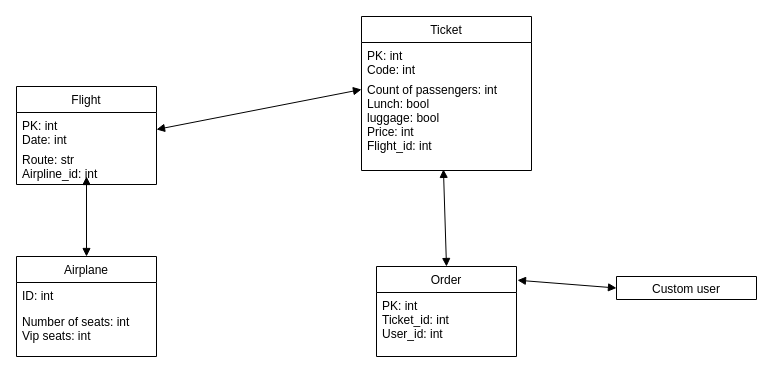
The draw.io diagram diagrams/db_diagram.drawio in Kagaru1212/DjangoAir-ERP, before the edit. Source tidied: cells renumbered, new cells numbered last; positions are measured from the earlier drawing's top-left corner, leaving out a move shared by most shapes. Both pictures are drawn from the tidied source at 100%, with x=0, y=0 at pixel (16, 16).
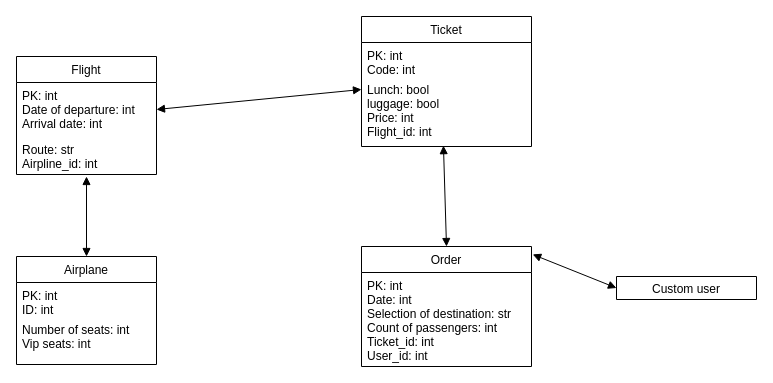
After the change.

The edit, as a diff of the source:
```diff
@@
 <mxGraphModel>
   <root>
     <mxCell id="0" />
     <mxCell id="1" parent="0" />
     <mxCell id="2" value="Custom user" style="swimlane;fontStyle=0;horizontal=1;startSize=26;fillColor=none;" parent="1" vertex="1">
       <mxGeometry x="600" y="260" width="140" height="23" as="geometry" />
     </mxCell>
     <mxCell id="3" value="Ticket" style="swimlane;fontStyle=0;horizontal=1;startSize=26;fillColor=none;" parent="1" vertex="1">
-      <mxGeometry x="345" width="170" height="154" as="geometry" />
+      <mxGeometry x="345" width="170" height="130" as="geometry" />
     </mxCell>
     <mxCell id="4" value="PK: int&#10;Code: int" style="text;strokeColor=none;fillColor=none;align=left;verticalAlign=top;spacingLeft=4;spacingRight=4;overflow=hidden;" parent="3" vertex="1">
       <mxGeometry y="26" width="170" height="34" as="geometry" />
     </mxCell>
-    <mxCell id="5" value="Count of passengers: int&#10;Lunch: bool&#10;luggage: bool&#10;Price: int&#10;Flight_id: int" style="text;strokeColor=none;fillColor=none;align=left;verticalAlign=top;spacingLeft=4;spacingRight=4;overflow=hidden;points=[[0,0.5],[1,0.5]];portConstraint=eastwest;" parent="3" vertex="1">
-      <mxGeometry y="60" width="170" height="94" as="geometry" />
+    <mxCell id="5" value="Lunch: bool&#10;luggage: bool&#10;Price: int&#10;Flight_id: int" style="text;strokeColor=none;fillColor=none;align=left;verticalAlign=top;spacingLeft=4;spacingRight=4;overflow=hidden;points=[[0,0.5],[1,0.5]];portConstraint=eastwest;" parent="3" vertex="1">
+      <mxGeometry y="60" width="170" height="70" as="geometry" />
     </mxCell>
     <mxCell id="6" style="endArrow=block;startArrow=block;endFill=1;startFill=1;html=1;rounded=0;fontFamily=Helvetica;fontSize=12;fontColor=default;entryX=0.5;entryY=0;entryDx=0;entryDy=0;exitX=0.482;exitY=0.988;exitDx=0;exitDy=0;exitPerimeter=0;" parent="1" edge="1" source="5" target="16">
       <mxGeometry relative="1" as="geometry" />
     </mxCell>
     <mxCell id="7" value="Airplane" style="swimlane;fontStyle=0;horizontal=1;startSize=26;fillColor=none;fontFamily=Helvetica;fontSize=12;fontColor=default;" parent="1" vertex="1">
-      <mxGeometry y="240" width="140" height="100" as="geometry" />
+      <mxGeometry y="240" width="140" height="108" as="geometry" />
     </mxCell>
-    <mxCell id="8" value="ID: int" style="text;strokeColor=none;fillColor=none;align=left;verticalAlign=top;spacingLeft=4;spacingRight=4;overflow=hidden;fontFamily=Helvetica;fontSize=12;fontColor=default;" parent="7" vertex="1">
-      <mxGeometry y="26" width="140" height="26" as="geometry" />
+    <mxCell id="8" value="PK: int&#10;ID: int" style="text;strokeColor=none;fillColor=none;align=left;verticalAlign=top;spacingLeft=4;spacingRight=4;overflow=hidden;fontFamily=Helvetica;fontSize=12;fontColor=default;" parent="7" vertex="1">
+      <mxGeometry y="26" width="140" height="34" as="geometry" />
     </mxCell>
     <mxCell id="9" value="Number of seats: int&#10;Vip seats: int" style="text;strokeColor=none;fillColor=none;align=left;verticalAlign=top;spacingLeft=4;spacingRight=4;overflow=hidden;fontFamily=Helvetica;fontSize=12;fontColor=default;" parent="7" vertex="1">
-      <mxGeometry y="52" width="140" height="48" as="geometry" />
+      <mxGeometry y="60" width="140" height="48" as="geometry" />
     </mxCell>
     <mxCell id="10" style="endArrow=block;startArrow=block;endFill=1;startFill=1;html=1;rounded=0;fontFamily=Helvetica;fontSize=12;fontColor=default;exitX=1;exitY=0.5;exitDx=0;exitDy=0;entryX=0;entryY=0.5;entryDx=0;entryDy=0;" parent="1" edge="1" source="12">
       <mxGeometry relative="1" as="geometry">
         <mxPoint x="345" y="73" as="targetPoint" />
       </mxGeometry>
     </mxCell>
     <mxCell id="11" value="Flight" style="swimlane;fontStyle=0;horizontal=1;startSize=26;fillColor=none;fontFamily=Helvetica;fontSize=12;fontColor=default;" parent="1" vertex="1">
-      <mxGeometry y="70" width="140" height="98" as="geometry" />
+      <mxGeometry y="40" width="140" height="118" as="geometry" />
     </mxCell>
-    <mxCell id="12" value="PK: int&#10;Date: int" style="text;strokeColor=none;fillColor=none;align=left;verticalAlign=top;spacingLeft=4;spacingRight=4;overflow=hidden;points=[[0,0.5],[1,0.5]];portConstraint=eastwest;fontFamily=Helvetica;fontSize=12;fontColor=default;" parent="11" vertex="1">
-      <mxGeometry y="26" width="140" height="34" as="geometry" />
+    <mxCell id="12" value="PK: int&#10;Date of departure: int&#10;Arrival date: int" style="text;strokeColor=none;fillColor=none;align=left;verticalAlign=top;spacingLeft=4;spacingRight=4;overflow=hidden;points=[[0,0.5],[1,0.5]];portConstraint=eastwest;fontFamily=Helvetica;fontSize=12;fontColor=default;" parent="11" vertex="1">
+      <mxGeometry y="26" width="140" height="54" as="geometry" />
     </mxCell>
     <mxCell id="13" value="Route: str&#10;Airpline_id: int" style="text;strokeColor=none;fillColor=none;align=left;verticalAlign=top;spacingLeft=4;spacingRight=4;overflow=hidden;fontFamily=Helvetica;fontSize=12;fontColor=default;" parent="11" vertex="1">
-      <mxGeometry y="60" width="140" height="38" as="geometry" />
+      <mxGeometry y="80" width="140" height="38" as="geometry" />
     </mxCell>
     <mxCell id="14" style="endArrow=block;startArrow=block;endFill=1;startFill=1;html=1;rounded=0;exitX=0.5;exitY=0;exitDx=0;exitDy=0;" parent="1" edge="1" source="7">
       <mxGeometry relative="1" as="geometry">
         <mxPoint x="70" y="160" as="targetPoint" />
       </mxGeometry>
     </mxCell>
     <mxCell id="15" style="endArrow=block;startArrow=block;endFill=1;startFill=1;html=1;rounded=0;entryX=0;entryY=0.5;entryDx=0;entryDy=0;exitX=1.007;exitY=-0.192;exitDx=0;exitDy=0;exitPerimeter=0;" parent="1" edge="1" source="17" target="2">
       <mxGeometry relative="1" as="geometry" />
     </mxCell>
     <mxCell id="16" value="Order" style="swimlane;fontStyle=0;horizontal=1;startSize=26;fillColor=none;" parent="1" vertex="1">
-      <mxGeometry x="360" y="250" width="140" height="90" as="geometry" />
+      <mxGeometry x="345" y="230" width="170" height="120" as="geometry" />
     </mxCell>
-    <mxCell id="17" value="PK: int&#10;Ticket_id: int&#10;User_id: int" style="text;strokeColor=none;fillColor=none;align=left;verticalAlign=top;spacingLeft=4;spacingRight=4;overflow=hidden;points=[[0,0.5],[1,0.5]];portConstraint=eastwest;" parent="16" vertex="1">
-      <mxGeometry y="26" width="140" height="64" as="geometry" />
+    <mxCell id="17" value="PK: int&#10;Date: int&#10;Selection of destination: str&#10;Count of passengers: int&#10;Ticket_id: int&#10;User_id: int" style="text;strokeColor=none;fillColor=none;align=left;verticalAlign=top;spacingLeft=4;spacingRight=4;overflow=hidden;points=[[0,0.5],[1,0.5]];portConstraint=eastwest;" parent="16" vertex="1">
+      <mxGeometry y="26" width="170" height="94" as="geometry" />
     </mxCell>
   </root>
 </mxGraphModel>
```
